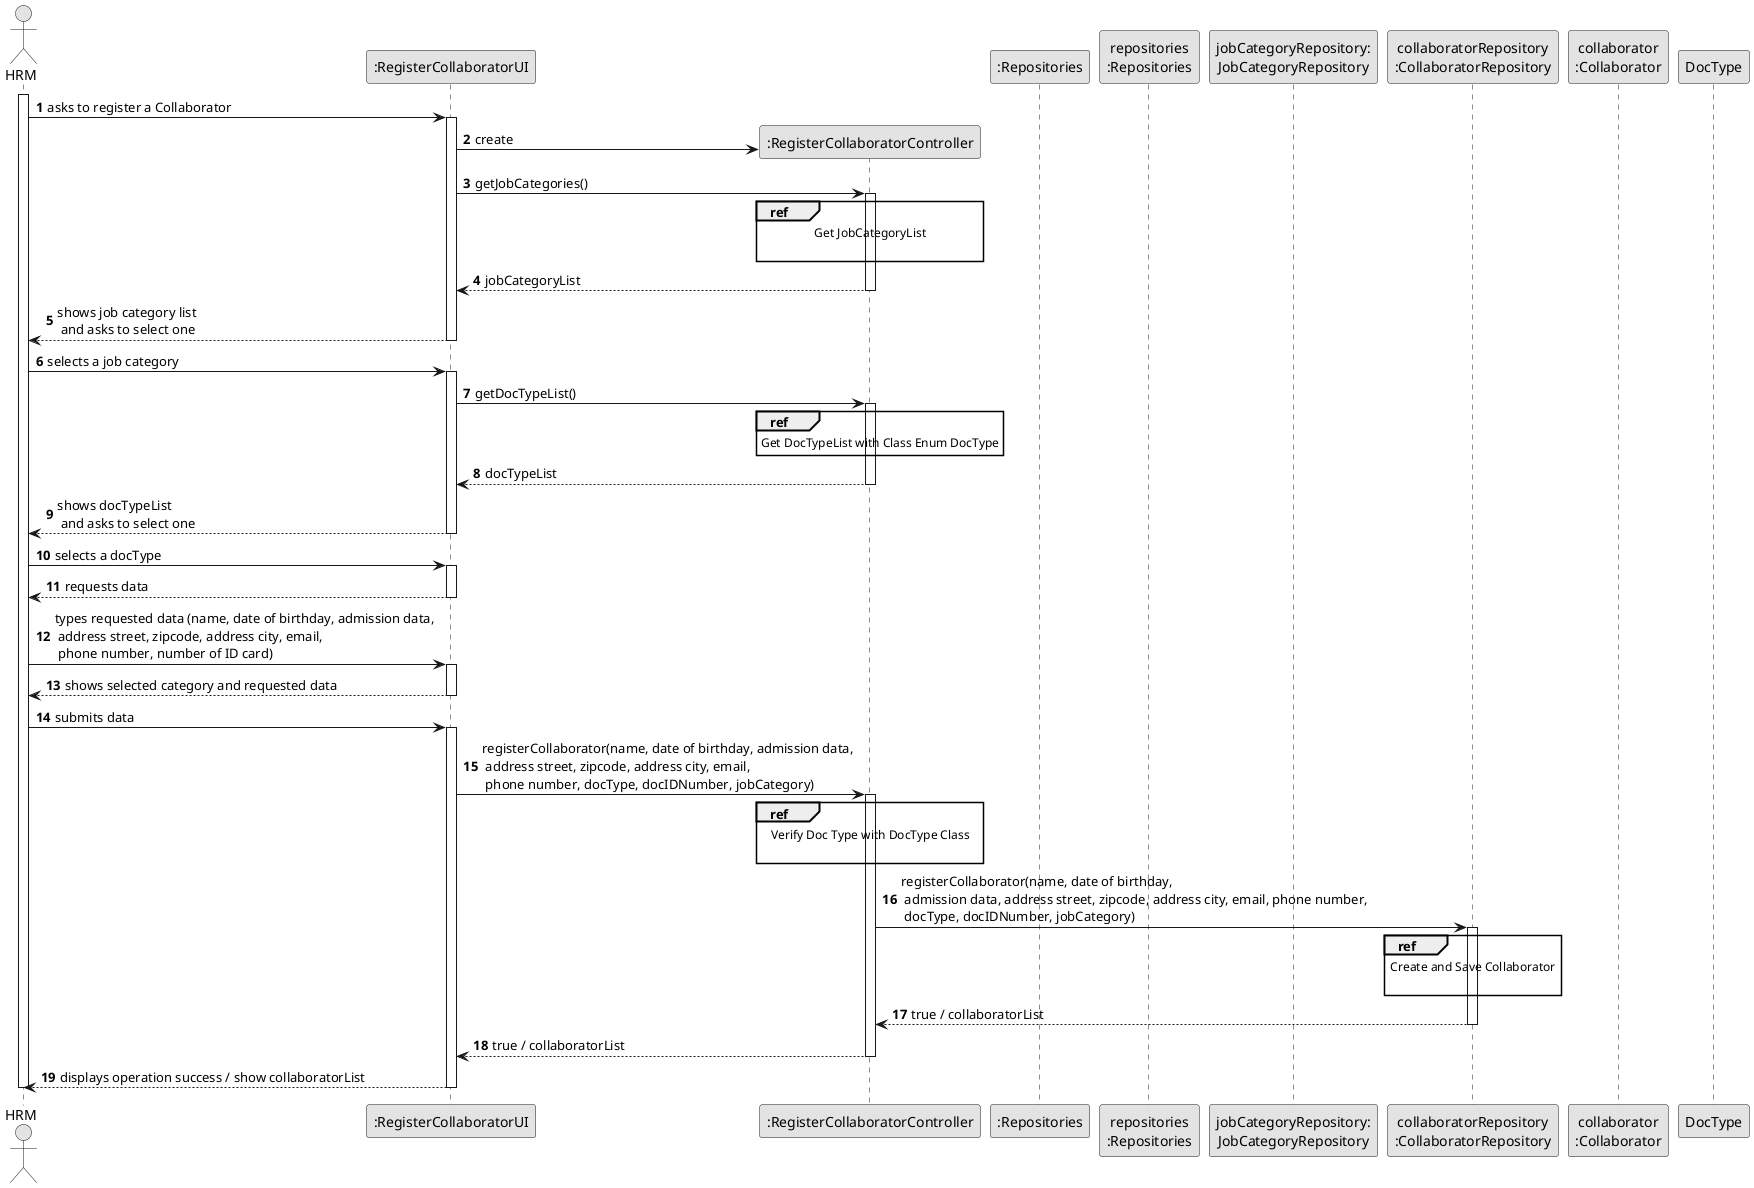
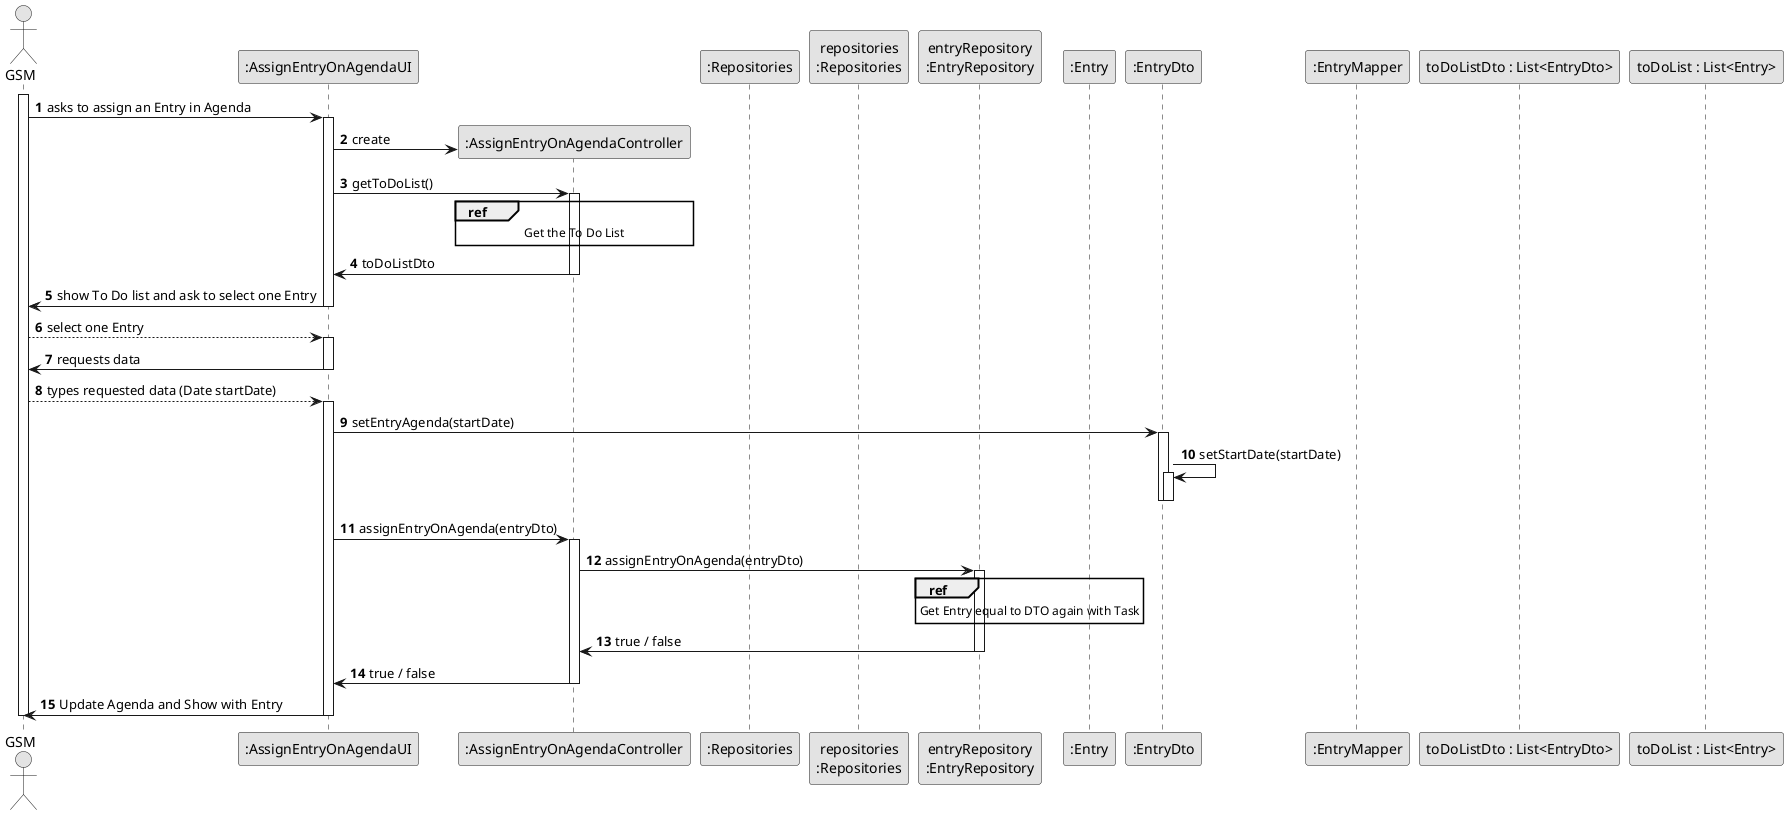
@startuml
skinparam monochrome true
skinparam packageStyle rectangle
skinparam shadowing false

autonumber

- actor "HRM" as HRM
- participant ":RegisterCollaboratorUI" as UI
- participant ":RegisterCollaboratorController" as CTRL
+ 'hide footbox
+ actor "GSM" as GSM
+ participant ":AssignEntryOnAgendaUI" as UI
+ participant ":AssignEntryOnAgendaController" as CTRL
participant ":Repositories" as RepositorySingleton
participant "repositories\n:Repositories" as PLAT
- participant "jobCategoryRepository:\nJobCategoryRepository" as JobCategoryRepository
- participant "collaboratorRepository\n:CollaboratorRepository" as CollaboratorRepository
- participant "collaborator\n:Collaborator" as Collaborator
- participant "DocType" as DT
+ participant "entryRepository\n:EntryRepository" as EntryRepository
+ participant ":Entry" as OBJ
+ participant ":EntryDto" as DTO
+ participant ":EntryMapper" as MAPPER
+ participant "toDoListDto : List<EntryDto>" as ListDTO
+ participant "toDoList : List<Entry>" as List

- activate HRM

-         HRM -> UI : asks to register a Collaborator
+ activate GSM
+ 
+         GSM -> UI : asks to assign an Entry in Agenda

        activate UI

- '            UI --> HRM : requests data (reference, description,  informal \n description, technical description, duration, cost)
+ '            UI --> GSM : requests data (reference, description,  informal \n description, technical description, duration, cost)
            'create CTRL
            UI -> CTRL** : create

-             UI -> CTRL : getJobCategories()
+             UI -> CTRL : getToDoList()
            activate CTRL

-                 ref over CTRL
-                             Get JobCategoryList
+             ref over CTRL : Get the To Do List

-                         end ref

-                 CTRL --> UI : jobCategoryList
+             CTRL -> UI : toDoListDto
            deactivate CTRL

-             UI --> HRM : shows job category list\n and asks to select one
-         deactivate UI
+             UI -> GSM : show To Do list and ask to select one Entry
+             deactivate UI

-     HRM -> UI : selects a job category
-     activate UI
+             GSM --> UI : select one Entry
+             activate UI
+ 
+             UI -> GSM : requests data
+             deactivate UI
+ 
+             GSM --> UI : types requested data (Date startDate)
+             activate UI
+ 
+             UI -> DTO : setEntryAgenda(startDate)
+             activate DTO
+             DTO -> DTO : setStartDate(startDate)
+             activate DTO
+             deactivate DTO
+ 
+             deactivate DTO
+ 
+ 
+             UI -> CTRL : assignEntryOnAgenda(entryDto)
+             activate CTRL
+ 
+             CTRL -> EntryRepository : assignEntryOnAgenda(entryDto)
+             activate EntryRepository
+ 
+             ref over EntryRepository: Get Entry equal to DTO again with Task



+             EntryRepository -> CTRL : true / false
+             deactivate EntryRepository

+             CTRL -> UI : true / false
+             deactivate CTRL

- 
-     UI -> CTRL : getDocTypeList()
-                 activate CTRL
- 
-                   ref over CTRL
-                               Get DocTypeList with Class Enum DocType
-                           end ref
-     CTRL --> UI : docTypeList
-     deactivate CTRL
- 
- 
- 
-     UI --> HRM : shows docTypeList\n and asks to select one
+     UI -> GSM : Update Agenda and Show with Entry
    deactivate UI

-     HRM -> UI : selects a docType
-     activate UI
- 
- 
-     UI --> HRM : requests data
-     deactivate UI
- 
- 
- 
- 
- 
- 
- 
- 
-     HRM -> UI : types requested data (name, date of birthday, admission data,\n address street, zipcode, address city, email,\n phone number, number of ID card)
-     activate UI
- 
-         UI --> HRM : shows selected category and requested data
-     deactivate UI
- 
-     HRM -> UI : submits data
-     activate UI
- 
-         UI -> CTRL : registerCollaborator(name, date of birthday, admission data,\n address street, zipcode, address city, email,\n phone number, docType, docIDNumber, jobCategory)
-         activate CTRL
- 
- 
-                             ref over CTRL
-                                         Verify Doc Type with DocType Class
- 
-                                     end ref
- 
- 
- 
-             CTRL -> CollaboratorRepository: registerCollaborator(name, date of birthday,\n admission data, address street, zipcode, address city, email, phone number,\n docType, docIDNumber, jobCategory)
-             activate CollaboratorRepository
- 
-                 ref over CollaboratorRepository
-                             Create and Save Collaborator
- 
-                         end ref
- 
-                 CollaboratorRepository --> CTRL : true / collaboratorList
- 
-             deactivate CollaboratorRepository
- 
-             CTRL --> UI: true / collaboratorList
-             deactivate CTRL
-             UI --> HRM : displays operation success / show collaboratorList
-     deactivate UI
- 
- deactivate HRM
+ deactivate GSM

@enduml